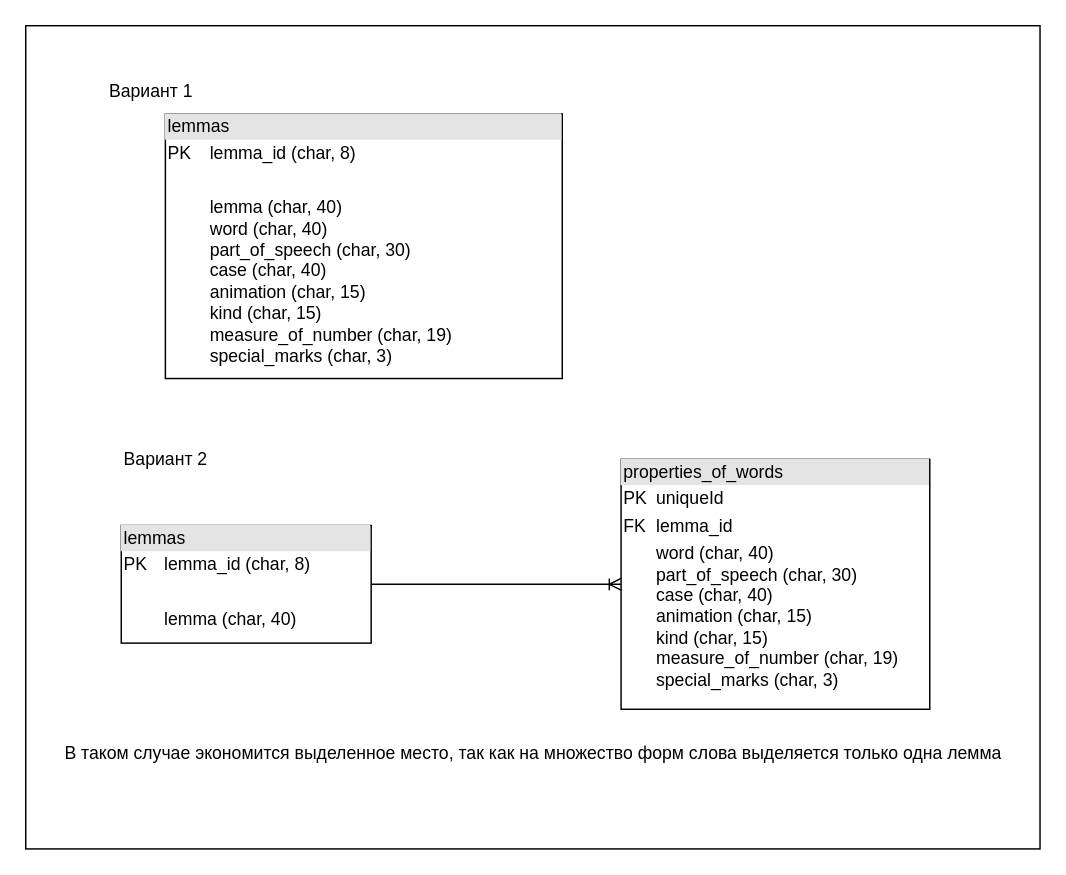
vdhudenkih/Diagrams keeps this draw.io diagram as Schema_Table.drawio. Above is the earlier version. Source tidied: cells renumbered, new cells numbered last; positions are measured from the earlier drawing's top-left corner, leaving out a move shared by most shapes. Both pictures are drawn from the tidied source at 147%, with x=0, y=0 at pixel (25, 25).
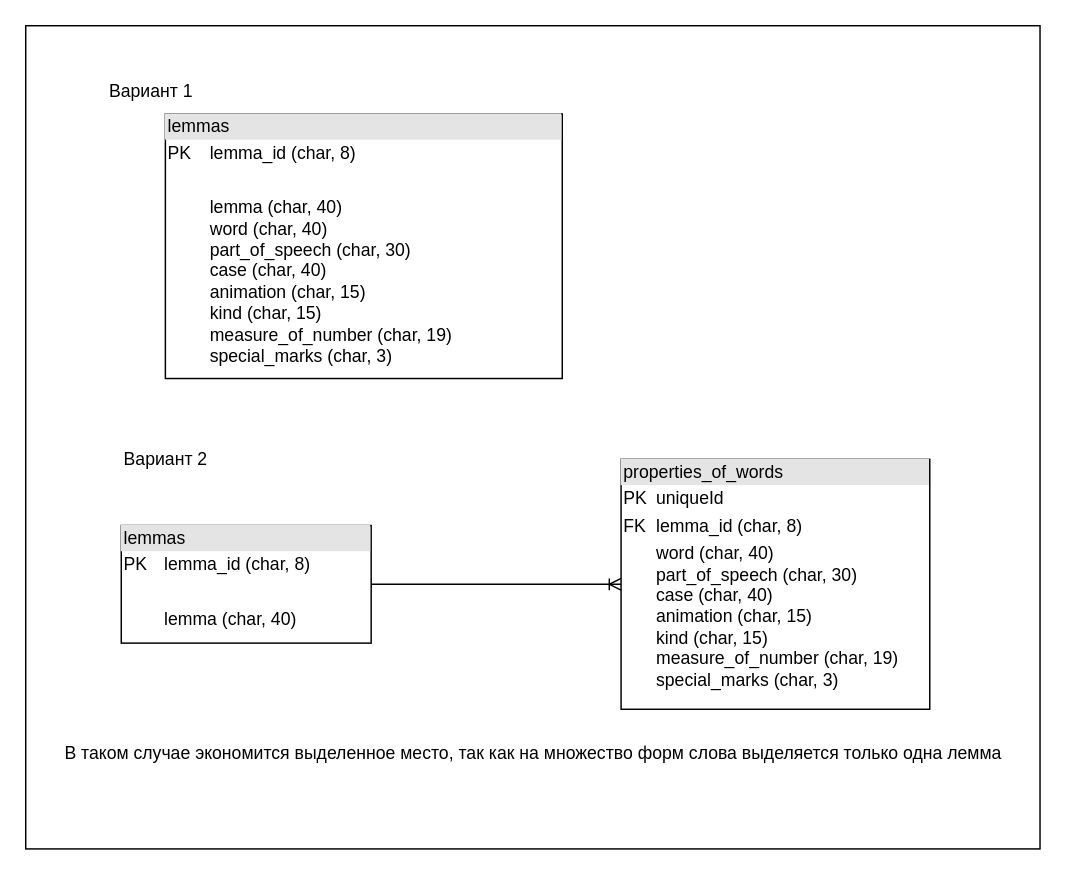
The same page after the edit.

What changed in the source:
```diff
@@
 <mxGraphModel>
   <root>
     <mxCell id="0" />
     <mxCell id="1" parent="0" />
     <mxCell id="2" style="rounded=0;whiteSpace=wrap;html=1;" parent="1" vertex="1">
       <mxGeometry width="690" height="560" as="geometry" />
     </mxCell>
     <mxCell id="3" value="&lt;div style=&quot;box-sizing: border-box; width: 100%; background: rgb(228, 228, 228); padding: 2px;&quot;&gt;lemmas&lt;/div&gt;&lt;table style=&quot;width:100%;font-size:1em;&quot; cellpadding=&quot;2&quot; cellspacing=&quot;0&quot;&gt;&lt;tbody&gt;&lt;tr&gt;&lt;td&gt;PK&lt;/td&gt;&lt;td&gt;lemma_id (char, 8)&lt;/td&gt;&lt;/tr&gt;&lt;tr&gt;&lt;td&gt;&lt;br&gt;&lt;/td&gt;&lt;td&gt;&lt;br&gt;&lt;/td&gt;&lt;/tr&gt;&lt;tr&gt;&lt;td&gt;&lt;/td&gt;&lt;td&gt;lemma (char, 40)&lt;br&gt;word (char, 40)&lt;br&gt;part_of_speech (char, 30)&lt;br&gt;case (char, 40)&lt;br&gt;animation (char, 15)&lt;br&gt;kind (char, 15)&lt;br&gt;measure_of_number (char, 19)&lt;br&gt;special_marks (char, 3)&lt;/td&gt;&lt;/tr&gt;&lt;/tbody&gt;&lt;/table&gt;" style="verticalAlign=top;align=left;overflow=fill;html=1;whiteSpace=wrap;" parent="1" vertex="1">
       <mxGeometry x="95" y="60" width="270" height="180" as="geometry" />
     </mxCell>
     <mxCell id="4" style="shape=tableRow;horizontal=0;startSize=0;swimlaneHead=0;swimlaneBody=0;fillColor=none;top=0;left=0;right=0;bottom=0;" parent="1" vertex="1">
       <mxGeometry x="125" y="490" width="180" height="35" as="geometry" />
     </mxCell>
     <mxCell id="5" style="shape=partialRectangle;fillColor=none;top=0;left=0;bottom=0;right=0;overflow=hidden;whiteSpace=wrap;html=1;" parent="4" vertex="1">
       <mxGeometry width="30" height="35" as="geometry" />
     </mxCell>
     <mxCell id="6" value="Вариант 1" style="text;html=1;align=center;verticalAlign=middle;strokeColor=none;fillColor=none;" parent="1" vertex="1">
       <mxGeometry x="45" y="30" width="80" height="30" as="geometry" />
     </mxCell>
     <mxCell id="7" value="Вариант 2" style="text;html=1;align=center;verticalAlign=middle;strokeColor=none;fillColor=none;" parent="1" vertex="1">
       <mxGeometry x="55" y="280" width="80" height="30" as="geometry" />
     </mxCell>
-    <mxCell id="8" value="&lt;div style=&quot;box-sizing: border-box; width: 100%; background: rgb(228, 228, 228); padding: 2px;&quot;&gt;properties_of_words&lt;/div&gt;&lt;table style=&quot;width:100%;font-size:1em;&quot; cellpadding=&quot;2&quot; cellspacing=&quot;0&quot;&gt;&lt;tbody&gt;&lt;tr&gt;&lt;td&gt;PK&lt;/td&gt;&lt;td&gt;uniqueId&lt;/td&gt;&lt;/tr&gt;&lt;tr&gt;&lt;td&gt;FK&lt;/td&gt;&lt;td&gt;lemma_id&lt;/td&gt;&lt;/tr&gt;&lt;tr&gt;&lt;td&gt;&lt;/td&gt;&lt;td&gt;word (char, 40)&lt;br&gt;part_of_speech (char, 30)&lt;br&gt;case (char, 40)&lt;br&gt;animation (char, 15)&lt;br&gt;kind (char, 15)&lt;br&gt;measure_of_number (char, 19)&lt;br&gt;special_marks (char, 3)&lt;/td&gt;&lt;/tr&gt;&lt;/tbody&gt;&lt;/table&gt;" style="verticalAlign=top;align=left;overflow=fill;html=1;whiteSpace=wrap;" parent="1" vertex="1">
+    <mxCell id="8" value="&lt;div style=&quot;box-sizing: border-box; width: 100%; background: rgb(228, 228, 228); padding: 2px;&quot;&gt;properties_of_words&lt;/div&gt;&lt;table style=&quot;width:100%;font-size:1em;&quot; cellpadding=&quot;2&quot; cellspacing=&quot;0&quot;&gt;&lt;tbody&gt;&lt;tr&gt;&lt;td&gt;PK&lt;/td&gt;&lt;td&gt;uniqueId&amp;nbsp;&lt;/td&gt;&lt;/tr&gt;&lt;tr&gt;&lt;td&gt;FK&lt;/td&gt;&lt;td&gt;lemma_id (char, 8)&lt;/td&gt;&lt;/tr&gt;&lt;tr&gt;&lt;td&gt;&lt;/td&gt;&lt;td&gt;word (char, 40)&lt;br&gt;part_of_speech (char, 30)&lt;br&gt;case (char, 40)&lt;br&gt;animation (char, 15)&lt;br&gt;kind (char, 15)&lt;br&gt;measure_of_number (char, 19)&lt;br&gt;special_marks (char, 3)&lt;/td&gt;&lt;/tr&gt;&lt;/tbody&gt;&lt;/table&gt;" style="verticalAlign=top;align=left;overflow=fill;html=1;whiteSpace=wrap;" parent="1" vertex="1">
       <mxGeometry x="405" y="295" width="210" height="170" as="geometry" />
     </mxCell>
     <mxCell id="9" value="&lt;div style=&quot;box-sizing: border-box; width: 100%; background: rgb(228, 228, 228); padding: 2px;&quot;&gt;lemmas&lt;/div&gt;&lt;table style=&quot;width:100%;font-size:1em;&quot; cellpadding=&quot;2&quot; cellspacing=&quot;0&quot;&gt;&lt;tbody&gt;&lt;tr&gt;&lt;td&gt;PK&lt;/td&gt;&lt;td&gt;lemma_id (char, 8)&lt;/td&gt;&lt;/tr&gt;&lt;tr&gt;&lt;td&gt;&lt;br&gt;&lt;/td&gt;&lt;td&gt;&lt;br&gt;&lt;/td&gt;&lt;/tr&gt;&lt;tr&gt;&lt;td&gt;&lt;/td&gt;&lt;td&gt;lemma (char, 40)&lt;br&gt;&lt;/td&gt;&lt;/tr&gt;&lt;/tbody&gt;&lt;/table&gt;" style="verticalAlign=top;align=left;overflow=fill;html=1;whiteSpace=wrap;" parent="1" vertex="1">
       <mxGeometry x="65" y="340" width="170" height="80" as="geometry" />
     </mxCell>
     <mxCell id="10" style="edgeStyle=entityRelationEdgeStyle;fontSize=12;html=1;endArrow=ERoneToMany;rounded=0;exitX=1;exitY=0.5;exitDx=0;exitDy=0;entryX=0;entryY=0.5;entryDx=0;entryDy=0;" parent="1" edge="1" source="9" target="8">
       <mxGeometry relative="1" as="geometry" />
     </mxCell>
     <mxCell id="11" value="В таком случае экономится выделенное место, так как на множество форм слова выделяется только одна лемма" style="text;html=1;align=center;verticalAlign=middle;strokeColor=none;fillColor=none;" parent="1" vertex="1">
       <mxGeometry x="15" y="480" width="660" height="30" as="geometry" />
     </mxCell>
   </root>
 </mxGraphModel>
```
